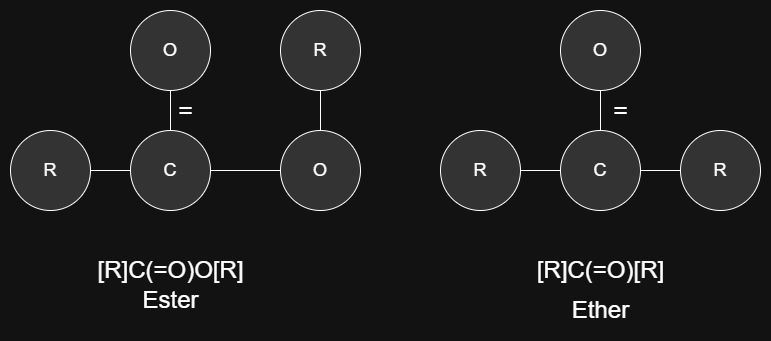
wtriddle/IFG keeps this draw.io diagram as docs/source/_static/Overlap_Functional_Groups.png. Above is the earlier version. Source tidied: cells renumbered, new cells last; positions are measured from the earlier drawing's top-left corner, leaving out a move shared by most shapes.
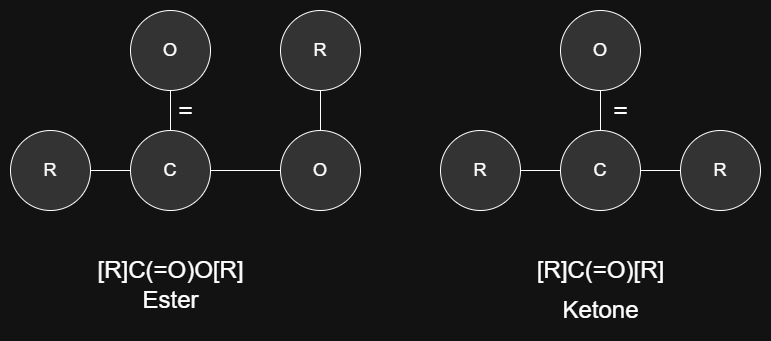
After the change.

What changed in the source:
```diff
@@ -62,8 +62,8 @@
     <mxCell id="21" value="&lt;font style=&quot;font-size: 25px;&quot;&gt;=&lt;/font&gt;" style="text;html=1;align=center;verticalAlign=middle;strokeColor=none;fillColor=none;fontColor=#FFFFFF;" parent="1" vertex="1">
       <mxGeometry x="590" y="80" width="40" height="40" as="geometry" />
     </mxCell>
-    <mxCell id="22" value="&lt;span style=&quot;font-size: 24px;&quot;&gt;Ether&lt;/span&gt;" style="text;html=1;align=center;verticalAlign=middle;strokeColor=none;fillColor=none;fontColor=#FFFFFF;labelBackgroundColor=none;labelBorderColor=none;" parent="1" vertex="1">
-      <mxGeometry x="550" y="280" width="80" height="40" as="geometry" />
+    <mxCell id="22" value="&lt;span style=&quot;font-size: 24px;&quot;&gt;Ketone&lt;/span&gt;" style="text;html=1;align=center;verticalAlign=middle;strokeColor=none;fillColor=none;fontColor=#FFFFFF;labelBackgroundColor=none;labelBorderColor=none;" parent="1" vertex="1">
+      <mxGeometry x="540" y="280" width="100" height="40" as="geometry" />
     </mxCell>
     <mxCell id="23" value="&lt;span style=&quot;font-size: 24px;&quot;&gt;Ester&lt;/span&gt;" style="text;html=1;align=center;verticalAlign=middle;strokeColor=none;fillColor=none;fontColor=#FFFFFF;labelBackgroundColor=none;labelBorderColor=none;" parent="1" vertex="1">
       <mxGeometry x="120" y="270" width="80" height="40" as="geometry" />
```
